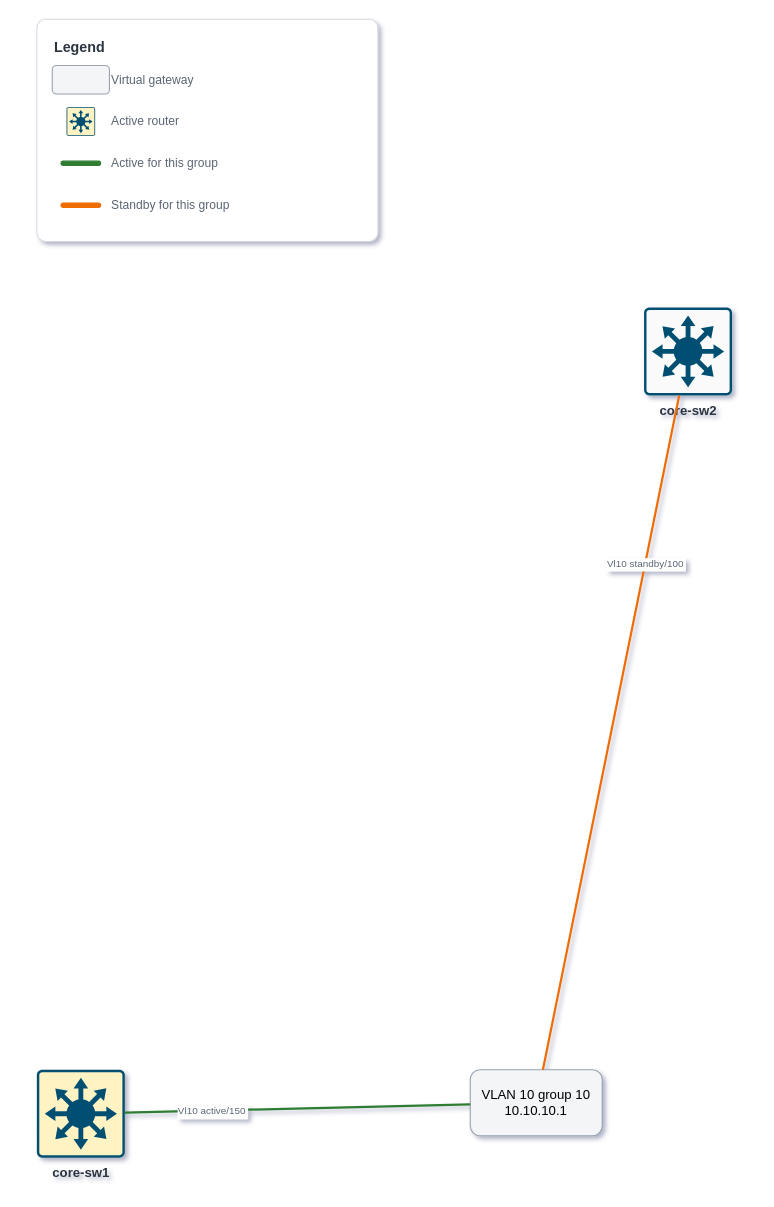
isrferna/nettopo keeps this draw.io diagram as examples/campus/diagrams/hsrp/hsrp_vlan10.drawio. Above is the earlier version. Source tidied: cells renumbered, new cells numbered last; positions are measured from the earlier drawing's top-left corner, leaving out a move shared by most shapes. Both pictures are drawn from the tidied source at 110%, with x=0, y=0 at pixel (36, 19).
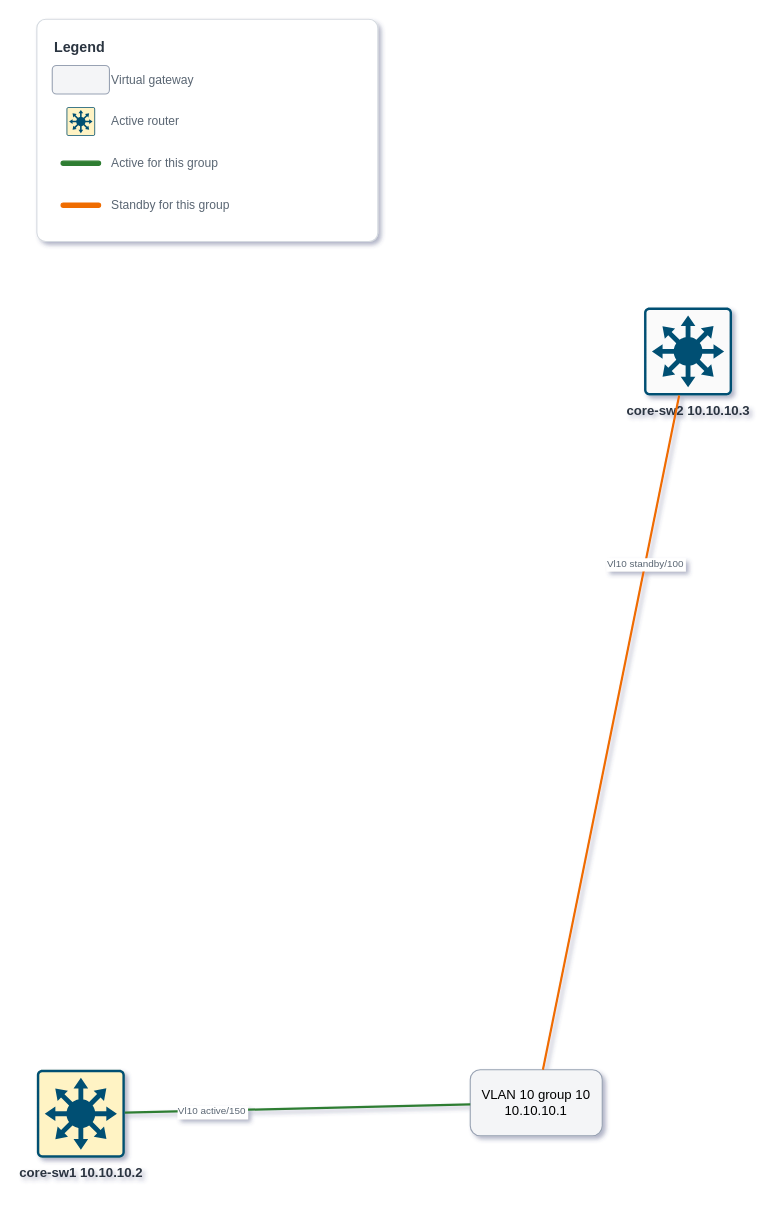
The same page after the edit.

Diff of the diagram source:
```diff
@@
 <mxGraphModel shadow="1">
   <root>
     <mxCell id="0" />
     <mxCell id="1" parent="0" />
     <mxCell id="2" value="VLAN 10 group 10 10.10.10.1" style="rounded=1;whiteSpace=wrap;html=1;fillColor=#F4F5F7;strokeColor=#98A2B3;" parent="1" vertex="1">
       <mxGeometry x="394" y="955" width="120" height="60" as="geometry" />
     </mxCell>
-    <mxCell id="3" value="core-sw1" style="shape=mxgraph.cisco19.rect;prIcon=l3_switch;strokeColor=#005073;sketch=0;html=1;verticalLabelPosition=bottom;verticalAlign=top;align=center;outlineConnect=0;fillColor=#FAFAFA;fontSize=12;fontColor=#2B3440;fontStyle=1;fillColor=#FFF3C4;strokeWidth=3;" parent="1" vertex="1">
+    <mxCell id="3" value="core-sw1 10.10.10.2" style="shape=mxgraph.cisco19.rect;prIcon=l3_switch;strokeColor=#005073;sketch=0;html=1;verticalLabelPosition=bottom;verticalAlign=top;align=center;outlineConnect=0;fillColor=#FAFAFA;fontSize=12;fontColor=#2B3440;fontStyle=1;fillColor=#FFF3C4;strokeWidth=3;" parent="1" vertex="1">
       <mxGeometry y="955" width="80" height="80" as="geometry" />
     </mxCell>
-    <mxCell id="4" value="core-sw2" style="shape=mxgraph.cisco19.rect;prIcon=l3_switch;strokeColor=#005073;sketch=0;html=1;verticalLabelPosition=bottom;verticalAlign=top;align=center;outlineConnect=0;fillColor=#FAFAFA;fontSize=12;fontColor=#2B3440;fontStyle=1;" parent="1" vertex="1">
+    <mxCell id="4" value="core-sw2 10.10.10.3" style="shape=mxgraph.cisco19.rect;prIcon=l3_switch;strokeColor=#005073;sketch=0;html=1;verticalLabelPosition=bottom;verticalAlign=top;align=center;outlineConnect=0;fillColor=#FAFAFA;fontSize=12;fontColor=#2B3440;fontStyle=1;" parent="1" vertex="1">
       <mxGeometry x="552" y="262" width="80" height="80" as="geometry" />
     </mxCell>
     <mxCell id="5" value="Vl10 active/150" style="labelBackgroundColor=#FFFFFF;fontSize=9;fontColor=#5A6673;" parent="6" vertex="1">
       <mxGeometry x="-0.5" relative="1" as="geometry" />
     </mxCell>
     <mxCell id="6" style="endArrow=none;strokeColor=#2E7D32;strokeWidth=2;" parent="1" edge="1" source="3" target="2">
       <mxGeometry relative="1" as="geometry" />
     </mxCell>
     <mxCell id="7" value="Vl10 standby/100" style="labelBackgroundColor=#FFFFFF;fontSize=9;fontColor=#5A6673;" parent="8" vertex="1">
       <mxGeometry x="-0.5" relative="1" as="geometry" />
     </mxCell>
     <mxCell id="8" style="endArrow=none;strokeColor=#EF6C00;strokeWidth=2;" parent="1" edge="1" source="4" target="2">
       <mxGeometry relative="1" as="geometry" />
     </mxCell>
     <mxCell id="9" style="rounded=1;arcSize=4;html=1;fillColor=#FFFFFF;strokeColor=#D5DAE0;verticalAlign=top;align=left;spacingLeft=8;" parent="1" vertex="1">
       <mxGeometry width="310" height="202" as="geometry" />
     </mxCell>
     <mxCell id="10" value="Legend" style="text;html=1;align=left;verticalAlign=middle;fontSize=13;fontStyle=1;fontColor=#2B3440;" parent="1" vertex="1">
       <mxGeometry x="14" y="14" width="282" height="22" as="geometry" />
     </mxCell>
     <mxCell id="11" style="rounded=1;whiteSpace=wrap;html=1;fillColor=#F4F5F7;strokeColor=#98A2B3;verticalLabelPosition=middle;" parent="1" vertex="1">
       <mxGeometry x="14" y="42" width="52" height="26" as="geometry" />
     </mxCell>
     <mxCell id="12" value="Virtual gateway" style="text;html=1;align=left;verticalAlign=middle;fontSize=11;fontColor=#5A6673;" parent="1" vertex="1">
       <mxGeometry x="66" y="36" width="230" height="38" as="geometry" />
     </mxCell>
     <mxCell id="13" style="shape=mxgraph.cisco19.rect;prIcon=l3_switch;strokeColor=#005073;sketch=0;html=1;verticalLabelPosition=bottom;verticalAlign=top;align=center;fillColor=#FAFAFA;fontSize=12;fontColor=#2B3440;fontStyle=1;fillColor=#FFF3C4;strokeWidth=3;verticalLabelPosition=middle;" parent="1" vertex="1">
       <mxGeometry x="27" y="80" width="26" height="26" as="geometry" />
     </mxCell>
     <mxCell id="14" value="Active router" style="text;html=1;align=left;verticalAlign=middle;fontSize=11;fontColor=#5A6673;" parent="1" vertex="1">
       <mxGeometry x="66" y="74" width="230" height="38" as="geometry" />
     </mxCell>
     <mxCell id="15" style="rounded=1;arcSize=50;html=1;fillColor=#2E7D32;strokeColor=#2E7D32;" parent="1" vertex="1">
       <mxGeometry x="22" y="129" width="36" height="4" as="geometry" />
     </mxCell>
     <mxCell id="16" value="Active for this group" style="text;html=1;align=left;verticalAlign=middle;fontSize=11;fontColor=#5A6673;" parent="1" vertex="1">
       <mxGeometry x="66" y="112" width="230" height="38" as="geometry" />
     </mxCell>
     <mxCell id="17" style="rounded=1;arcSize=50;html=1;fillColor=#EF6C00;strokeColor=#EF6C00;" parent="1" vertex="1">
       <mxGeometry x="22" y="167" width="36" height="4" as="geometry" />
     </mxCell>
     <mxCell id="18" value="Standby for this group" style="text;html=1;align=left;verticalAlign=middle;fontSize=11;fontColor=#5A6673;" parent="1" vertex="1">
       <mxGeometry x="66" y="150" width="230" height="38" as="geometry" />
     </mxCell>
   </root>
 </mxGraphModel>
```
